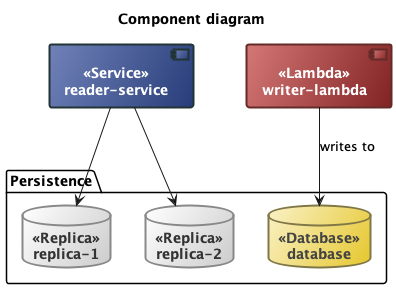
Earlier version of the PlantUML export docs/demo-plantuml.png (mcanlas/temporal-diagrams).
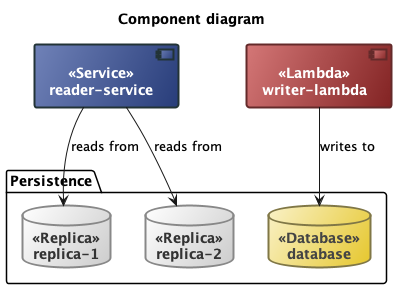
Above is the later version.

Diff of the diagram source:
```diff
@@ -46,9 +46,9 @@
   database database << Database >>
 }
 
-"reader-service" --> "replica-1"
+"reader-service" --> "replica-1" : reads from
 
-"reader-service" --> "replica-2"
+"reader-service" --> "replica-2" : reads from
 
 "writer-lambda" --> database : writes to
 
```
